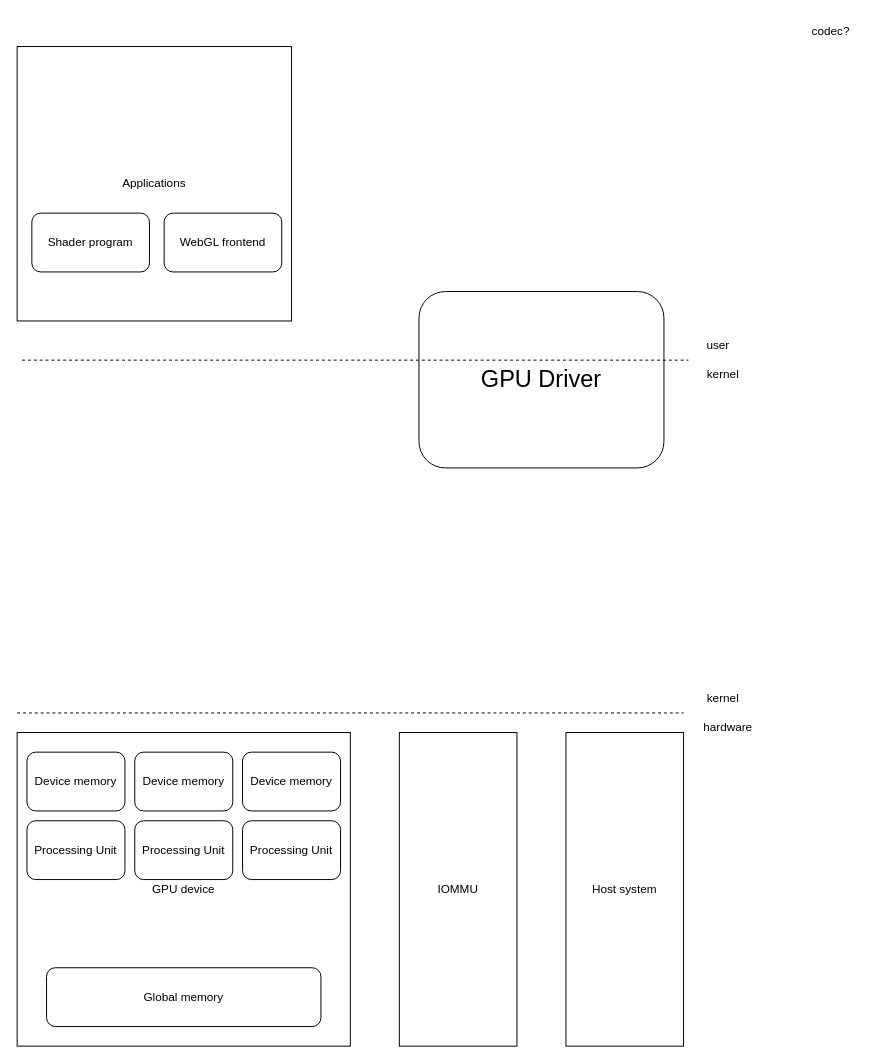
The draw.io diagram gpu-security.drawio in yw9865/drawio, before the edit. Source tidied: cells renumbered, new cells numbered last; positions are measured from the earlier drawing's top-left corner, leaving out a move shared by most shapes. Both pictures are drawn from the tidied source at 98%, with x=0, y=0 at pixel (17, 17).
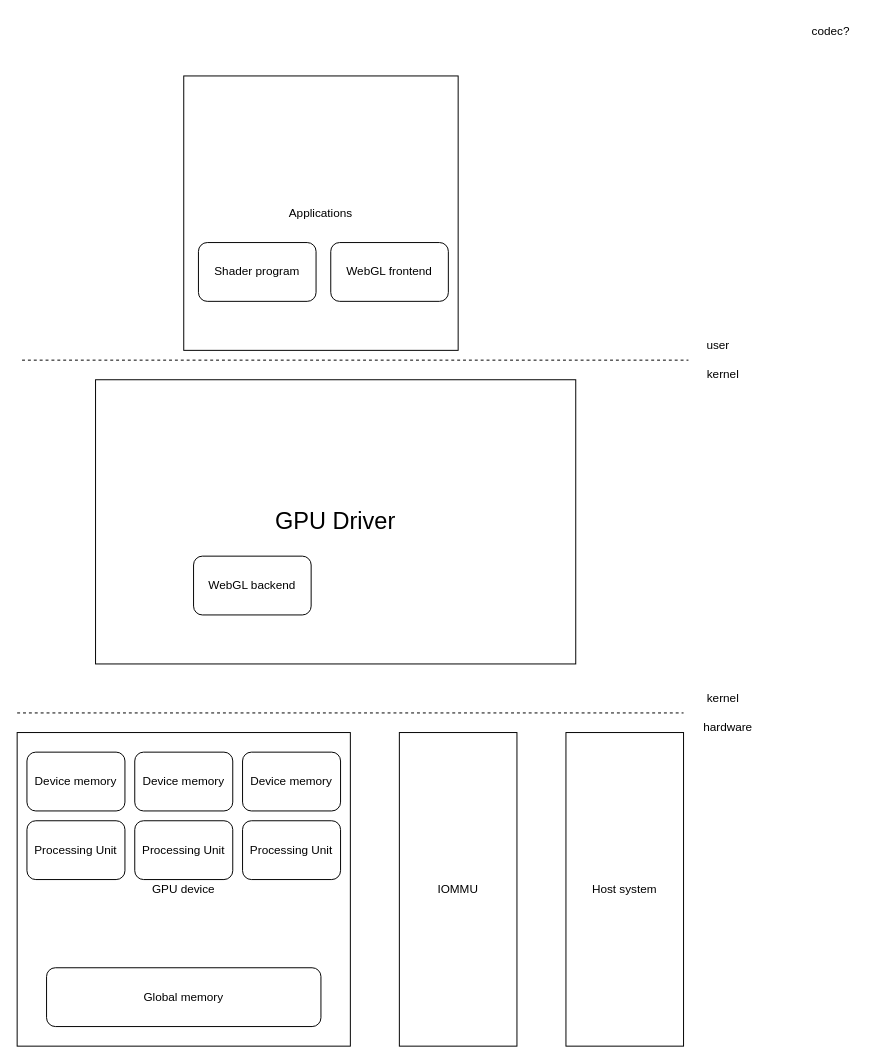
The same page after the edit.

What changed in the source:
```diff
@@
-    <mxCell id="2" value="&lt;font style=&quot;font-size: 24px;&quot;&gt;GPU Driver&lt;/font&gt;" style="rounded=1;whiteSpace=wrap;html=1;" parent="1" vertex="1">
-      <mxGeometry x="410" y="280" width="250" height="180" as="geometry" />
+    <mxCell id="2" value="&lt;font style=&quot;font-size: 24px;&quot;&gt;GPU Driver&lt;/font&gt;" style="rounded=0;whiteSpace=wrap;html=1;" parent="1" vertex="1">
+      <mxGeometry x="80" y="370" width="490" height="290" as="geometry" />
     </mxCell>
@@
     <mxCell id="10" value="Applications" style="rounded=0;whiteSpace=wrap;html=1;" parent="1" vertex="1">
-      <mxGeometry y="30" width="280" height="280" as="geometry" />
+      <mxGeometry x="170" y="60" width="280" height="280" as="geometry" />
     </mxCell>
     <mxCell id="11" value="Shader program" style="rounded=1;whiteSpace=wrap;html=1;" parent="1" vertex="1">
-      <mxGeometry x="15" y="200" width="120" height="60" as="geometry" />
+      <mxGeometry x="185" y="230" width="120" height="60" as="geometry" />
     </mxCell>
     <mxCell id="12" value="WebGL frontend" style="rounded=1;whiteSpace=wrap;html=1;" parent="1" vertex="1">
-      <mxGeometry x="150" y="200" width="120" height="60" as="geometry" />
+      <mxGeometry x="320" y="230" width="120" height="60" as="geometry" />
     </mxCell>
@@
+    <mxCell id="23" value="WebGL backend" style="rounded=1;whiteSpace=wrap;html=1;" parent="1" vertex="1">
+      <mxGeometry x="180" y="550" width="120" height="60" as="geometry" />
+    </mxCell>
```
